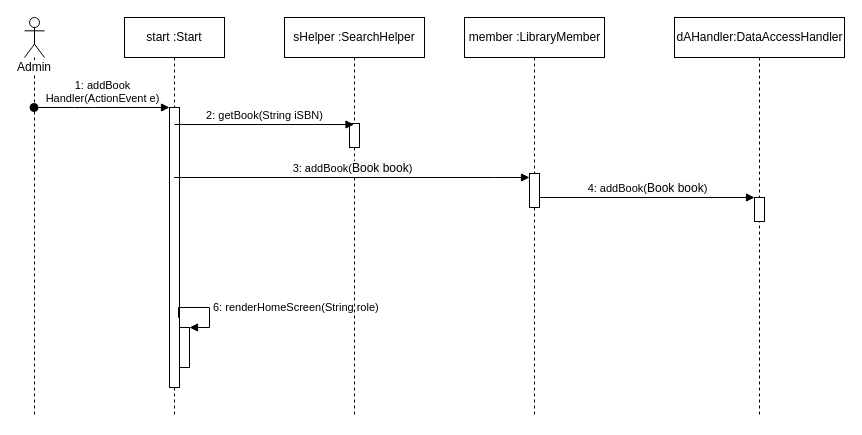
This is Add Book Sequence Diagram.drawio from megaunknown/UML, a draw.io file, before an edit. Source tidied: cells renumbered, new cells numbered last; positions are measured from the earlier drawing's top-left corner, leaving out a move shared by most shapes. Both pictures are drawn from the tidied source at 100%, with x=0, y=0 at pixel (24, 17).
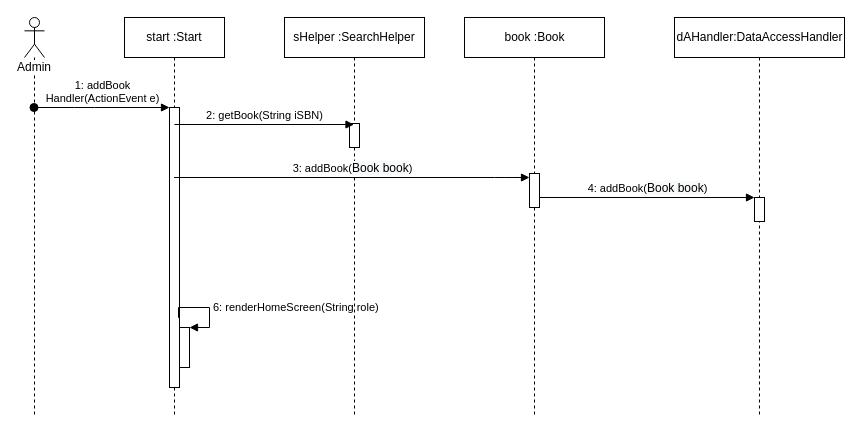
The same diagram, later.

The edit, as a diff of the source:
```diff
@@
-    <mxCell id="11" value="member :LibraryMember" style="html=1;perimeter=orthogonalPerimeter;shape=umlLifeline;participant=label;fontFamily=Helvetica;fontSize=12;fontColor=#000000;align=center;strokeColor=#000000;fillColor=#ffffff;" parent="1" vertex="1">
+    <mxCell id="11" value="book :Book" style="html=1;perimeter=orthogonalPerimeter;shape=umlLifeline;participant=label;fontFamily=Helvetica;fontSize=12;fontColor=#000000;align=center;strokeColor=#000000;fillColor=#ffffff;" parent="1" vertex="1">
       <mxGeometry x="440" width="140" height="400" as="geometry" />
     </mxCell>
```
